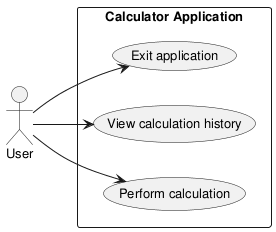
Earlier version of the PlantUML export experiments/broadcast/test_driven/calculator/artifacts/use_case_diagram.png (DanielRiha8906/Software_autoevolution_using_agents).
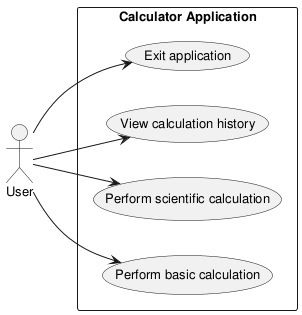
After the change.

What changed in the source:
```diff
@@ -7,13 +7,15 @@
 actor User
 
 rectangle "Calculator Application" {
-    usecase "Perform calculation" as UC_Calc
+    usecase "Perform basic calculation" as UC_Calc
+    usecase "Perform scientific calculation" as UC_Scientific
     usecase "View calculation history" as UC_History
     usecase "Exit application" as UC_Exit
 
 }
 
 User --> UC_Calc
+User --> UC_Scientific
 User --> UC_History
 User --> UC_Exit
 
```
